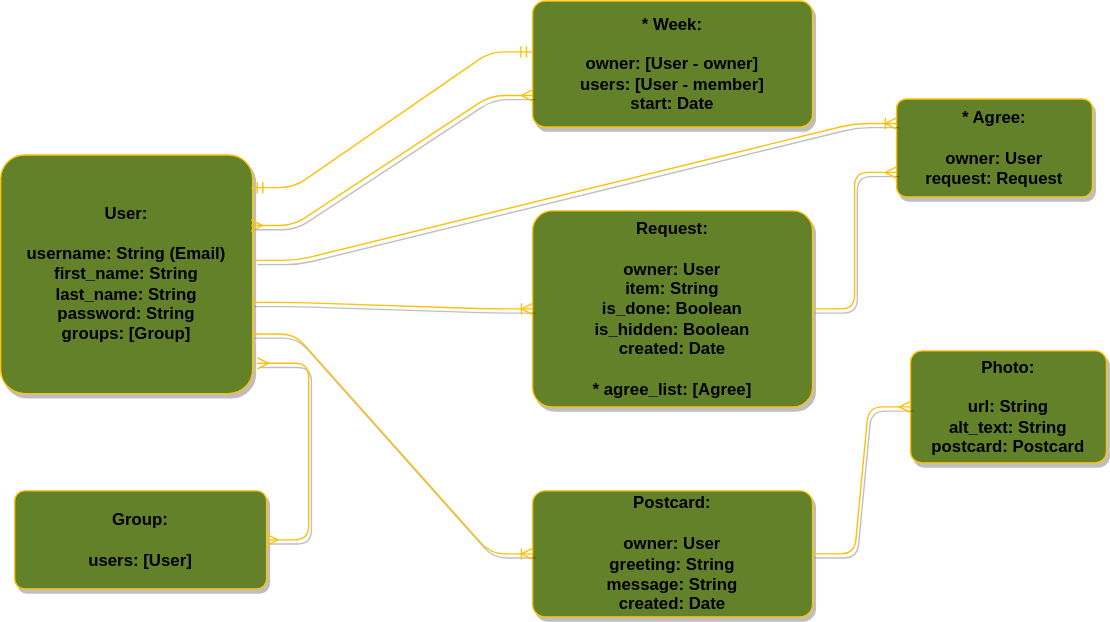
The draw.io diagram erd.svg in benhammondmusic/littlecabin, before a commit. Source tidied: cells renumbered, new cells last; positions are measured from the earlier drawing's top-left corner, leaving out a move shared by most shapes.
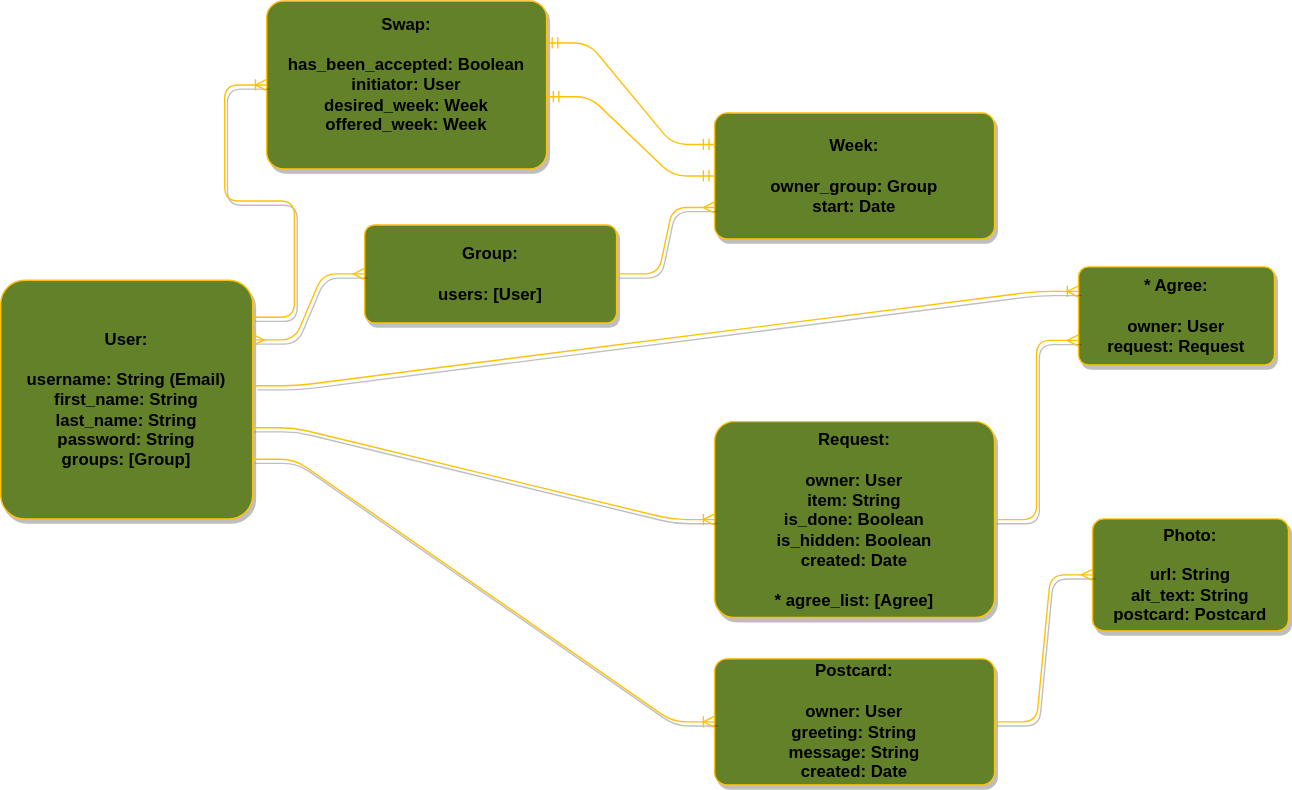
After the change.

Diff of the diagram source:
```diff
@@ -3,16 +3,16 @@
     <mxCell id="0" />
     <mxCell id="1" parent="0" />
     <mxCell id="2" value="&lt;b&gt;User:&lt;br&gt;&lt;br&gt;username: String (Email)&lt;br&gt;first_name: String&lt;br&gt;last_name: String&lt;br&gt;password: String&lt;br&gt;groups: [Group]&lt;br&gt;&lt;/b&gt;" style="rounded=1;arcSize=10;whiteSpace=wrap;html=1;align=center;fillColor=#638129;strokeColor=#ffc107;shadow=1;" parent="1" vertex="1">
-      <mxGeometry y="110" width="180" height="170.5" as="geometry" />
+      <mxGeometry x="-130" y="79.5" width="180" height="170.5" as="geometry" />
     </mxCell>
-    <mxCell id="3" value="&lt;b&gt;* Week:&lt;br&gt;&lt;br&gt;owner: [User - owner]&lt;br&gt;users: [User - member]&amp;nbsp;&lt;br&gt;start: Date&lt;br&gt;&lt;/b&gt;" style="rounded=1;arcSize=10;whiteSpace=wrap;html=1;align=center;fillColor=#638129;strokeColor=#ffc107;shadow=1;" parent="1" vertex="1">
-      <mxGeometry x="380" width="200" height="90" as="geometry" />
+    <mxCell id="3" value="&lt;b&gt;Week:&lt;br&gt;&lt;br&gt;owner_group: Group&amp;nbsp;&lt;br&gt;start: Date&lt;br&gt;&lt;/b&gt;" style="rounded=1;arcSize=10;whiteSpace=wrap;html=1;align=center;fillColor=#638129;strokeColor=#ffc107;shadow=1;" parent="1" vertex="1">
+      <mxGeometry x="380" y="-40" width="200" height="90" as="geometry" />
     </mxCell>
     <mxCell id="4" value="&lt;b&gt;Postcard:&lt;br&gt;&lt;br&gt;owner: User&lt;br&gt;greeting: String&lt;br&gt;message: String&lt;br&gt;created: Date&lt;/b&gt;" style="rounded=1;arcSize=10;whiteSpace=wrap;html=1;align=center;fillColor=#638129;strokeColor=#ffc107;shadow=1;" parent="1" vertex="1">
       <mxGeometry x="380" y="350" width="200" height="90" as="geometry" />
     </mxCell>
     <mxCell id="5" value="&lt;b&gt;Request:&lt;br&gt;&lt;br&gt;owner: User&lt;br&gt;item: String&lt;br&gt;is_done: Boolean&lt;br&gt;is_hidden: Boolean&lt;br&gt;created: Date&lt;br&gt;&lt;br&gt;* agree_list: [Agree]&lt;/b&gt;" style="rounded=1;arcSize=10;whiteSpace=wrap;html=1;align=center;fillColor=#638129;strokeColor=#ffc107;shadow=1;" parent="1" vertex="1">
-      <mxGeometry x="380" y="150" width="200" height="140" as="geometry" />
+      <mxGeometry x="380" y="180.5" width="200" height="140" as="geometry" />
     </mxCell>
     <mxCell id="6" style="edgeStyle=entityRelationEdgeStyle;fontSize=12;html=1;endArrow=ERoneToMany;exitX=0.997;exitY=0.618;exitDx=0;exitDy=0;entryX=0;entryY=0.5;entryDx=0;entryDy=0;fillColor=#638129;exitPerimeter=0;strokeColor=#ffc107;shadow=1;" parent="1" edge="1" source="2" target="5">
       <mxGeometry relative="1" as="geometry" />
@@ -20,9 +20,6 @@
     <mxCell id="7" style="edgeStyle=entityRelationEdgeStyle;fontSize=12;html=1;endArrow=ERoneToMany;entryX=0;entryY=0.5;entryDx=0;entryDy=0;exitX=1;exitY=0.75;exitDx=0;exitDy=0;fillColor=#638129;strokeColor=#ffc107;shadow=1;" parent="1" edge="1" source="2" target="4">
       <mxGeometry relative="1" as="geometry" />
     </mxCell>
-    <mxCell id="8" style="edgeStyle=entityRelationEdgeStyle;fontSize=12;html=1;endArrow=ERmany;startArrow=ERmany;entryX=0;entryY=0.75;entryDx=0;entryDy=0;exitX=0.994;exitY=0.296;exitDx=0;exitDy=0;fillColor=#638129;exitPerimeter=0;strokeColor=#ffc107;shadow=1;" parent="1" edge="1" source="2" target="3">
-      <mxGeometry relative="1" as="geometry" />
-    </mxCell>
     <mxCell id="9" value="&lt;b&gt;* Agree:&lt;br&gt;&lt;br&gt;owner: User&lt;br&gt;request: Request&lt;/b&gt;" style="rounded=1;arcSize=10;whiteSpace=wrap;html=1;align=center;fillColor=#638129;strokeColor=#ffc107;shadow=1;" parent="1" vertex="1">
       <mxGeometry x="640" y="70" width="140" height="70" as="geometry" />
     </mxCell>
@@ -38,14 +35,26 @@
     <mxCell id="13" style="edgeStyle=entityRelationEdgeStyle;fontSize=12;html=1;endArrow=ERmany;entryX=0;entryY=0.5;entryDx=0;entryDy=0;fillColor=#638129;strokeColor=#ffc107;shadow=1;exitX=1;exitY=0.5;exitDx=0;exitDy=0;" parent="1" edge="1" source="4" target="11">
       <mxGeometry relative="1" as="geometry" />
     </mxCell>
-    <mxCell id="14" style="edgeStyle=entityRelationEdgeStyle;fontSize=12;html=1;endArrow=ERmandOne;startArrow=ERmandOne;entryX=-0.002;entryY=0.404;entryDx=0;entryDy=0;entryPerimeter=0;exitX=0.996;exitY=0.137;exitDx=0;exitDy=0;strokeColor=#FFC107;exitPerimeter=0;" parent="1" edge="1" source="2" target="3">
-      <mxGeometry relative="1" as="geometry" />
-    </mxCell>
     <mxCell id="15" value="&lt;b&gt;Group:&lt;br&gt;&lt;br&gt;users: [User]&lt;br&gt;&lt;/b&gt;" style="rounded=1;arcSize=10;whiteSpace=wrap;html=1;align=center;fillColor=#638129;strokeColor=#ffc107;shadow=1;" parent="1" vertex="1">
-      <mxGeometry x="10" y="350" width="180" height="70" as="geometry" />
+      <mxGeometry x="130" y="40" width="180" height="70" as="geometry" />
     </mxCell>
-    <mxCell id="16" style="edgeStyle=entityRelationEdgeStyle;fontSize=12;html=1;endArrow=ERmany;startArrow=ERmany;exitX=1.018;exitY=0.873;exitDx=0;exitDy=0;fillColor=#638129;exitPerimeter=0;strokeColor=#ffc107;shadow=1;" parent="1" edge="1" source="2" target="15">
+    <mxCell id="16" style="edgeStyle=entityRelationEdgeStyle;fontSize=12;html=1;endArrow=ERmany;startArrow=ERmany;fillColor=#638129;strokeColor=#ffc107;shadow=1;exitX=1;exitY=0.25;exitDx=0;exitDy=0;" parent="1" edge="1" source="2" target="15">
       <mxGeometry relative="1" as="geometry" />
     </mxCell>
+    <mxCell id="17" style="edgeStyle=entityRelationEdgeStyle;fontSize=12;html=1;endArrow=ERmany;entryX=0;entryY=0.75;entryDx=0;entryDy=0;exitX=1;exitY=0.5;exitDx=0;exitDy=0;fillColor=#638129;strokeColor=#ffc107;shadow=1;" parent="1" edge="1" source="15" target="3">
+      <mxGeometry relative="1" as="geometry" />
+    </mxCell>
+    <mxCell id="18" value="&lt;b&gt;Swap:&lt;br&gt;&lt;br&gt;has_been_accepted: Boolean&lt;br&gt;initiator: User&lt;br&gt;desired_week: Week&lt;br&gt;offered_week: Week&lt;br&gt;&lt;br&gt;&lt;/b&gt;" style="rounded=1;arcSize=10;whiteSpace=wrap;html=1;align=center;fillColor=#638129;strokeColor=#ffc107;shadow=1;" parent="1" vertex="1">
+      <mxGeometry x="60" y="-120" width="200" height="120" as="geometry" />
+    </mxCell>
+    <mxCell id="19" style="edgeStyle=entityRelationEdgeStyle;fontSize=12;html=1;endArrow=ERoneToMany;entryX=0;entryY=0.5;entryDx=0;entryDy=0;fillColor=#638129;strokeColor=#ffc107;shadow=1;exitX=0.999;exitY=0.155;exitDx=0;exitDy=0;exitPerimeter=0;" parent="1" edge="1" source="2" target="18">
+      <mxGeometry relative="1" as="geometry" />
+    </mxCell>
+    <mxCell id="20" style="edgeStyle=entityRelationEdgeStyle;fontSize=12;html=1;endArrow=ERmandOne;startArrow=ERmandOne;exitX=1;exitY=0.25;exitDx=0;exitDy=0;entryX=0;entryY=0.25;entryDx=0;entryDy=0;strokeColor=#FFC107;" parent="1" edge="1" source="18" target="3">
+      <mxGeometry relative="1" as="geometry" />
+    </mxCell>
+    <mxCell id="21" style="edgeStyle=entityRelationEdgeStyle;fontSize=12;html=1;endArrow=ERmandOne;startArrow=ERmandOne;exitX=1.004;exitY=0.57;exitDx=0;exitDy=0;entryX=0;entryY=0.5;entryDx=0;entryDy=0;exitPerimeter=0;strokeColor=#FFC107;" parent="1" edge="1" source="18" target="3">
+      <mxGeometry relative="1" as="geometry" />
+    </mxCell>
   </root>
 </mxGraphModel>
```
